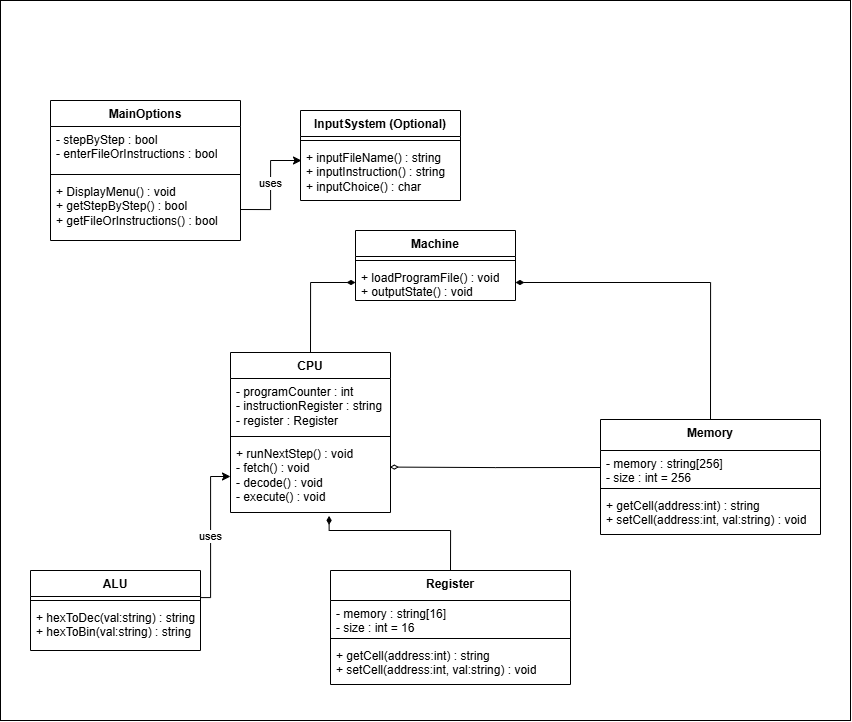
mohamedtarikz/VoleMachineSim keeps this draw.io diagram as VoleMachineUMLClassDiagram.png. Above is the earlier version. Source tidied: cells renumbered, new cells last; positions are measured from the earlier drawing's top-left corner, leaving out a move shared by most shapes.
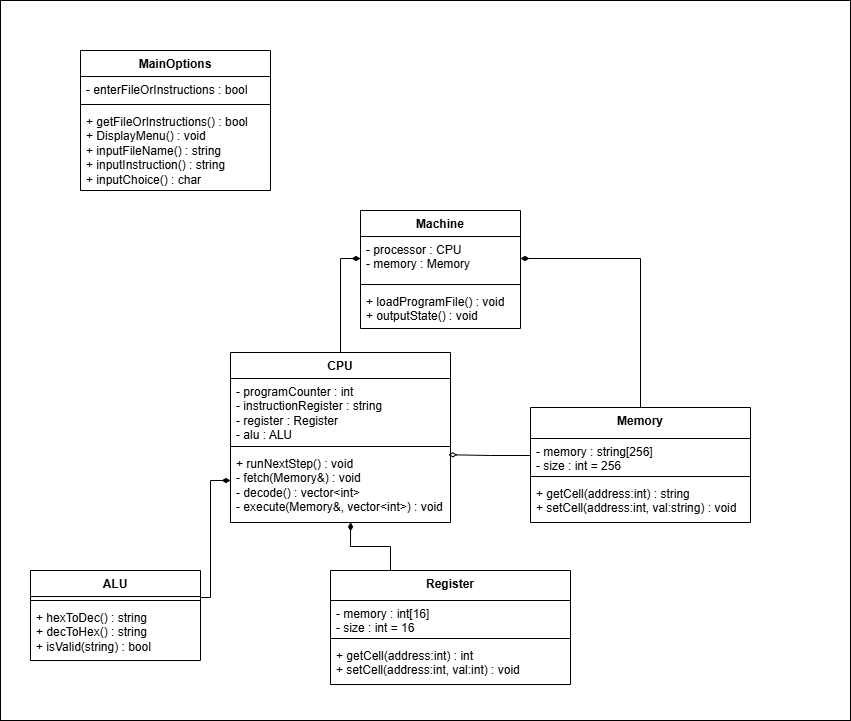
After the commit.

Commit message:
UML Class Design - UPDATE

What changed in the source:
```diff
@@ -5,35 +5,30 @@
     <mxCell id="2" style="whiteSpace=wrap;html=1;" parent="1" vertex="1">
       <mxGeometry width="850" height="720" as="geometry" />
     </mxCell>
-    <mxCell id="3" value="Machine" style="swimlane;fontStyle=1;align=center;verticalAlign=top;horizontal=1;startSize=26;whiteSpace=wrap;html=1;" parent="1" vertex="1">
-      <mxGeometry x="355" y="230" width="160" height="70" as="geometry" />
-    </mxCell>
-    <mxCell id="4" style="line;strokeWidth=1;fillColor=none;align=left;verticalAlign=middle;spacingTop=-1;spacingLeft=3;spacingRight=3;labelPosition=right;strokeColor=inherit;" parent="3" vertex="1">
-      <mxGeometry y="26" width="160" height="8" as="geometry" />
-    </mxCell>
-    <mxCell id="5" value="&lt;div&gt;+ loadProgramFile() : void&lt;/div&gt;&lt;div&gt;+ outputState() : void&lt;/div&gt;" style="text;strokeColor=none;fillColor=none;align=left;verticalAlign=top;spacingLeft=4;spacingRight=4;overflow=hidden;points=[[0,0.5],[1,0.5]];portConstraint=eastwest;whiteSpace=wrap;html=1;" parent="3" vertex="1">
-      <mxGeometry y="34" width="160" height="36" as="geometry" />
-    </mxCell>
     <mxCell id="6" value="CPU" style="swimlane;fontStyle=1;align=center;verticalAlign=top;horizontal=1;startSize=26;whiteSpace=wrap;html=1;" parent="1" vertex="1">
-      <mxGeometry x="230" y="352" width="160" height="160" as="geometry" />
+      <mxGeometry x="230" y="352" width="220" height="170" as="geometry" />
     </mxCell>
-    <mxCell id="7" value="- programCounter : int&lt;div&gt;- instructionRegister : string&lt;br&gt;&lt;div&gt;- register : Register&lt;/div&gt;&lt;/div&gt;" style="text;strokeColor=none;fillColor=none;align=left;verticalAlign=top;spacingLeft=4;spacingRight=4;overflow=hidden;whiteSpace=wrap;html=1;" parent="6" vertex="1">
-      <mxGeometry y="26" width="160" height="54" as="geometry" />
+    <mxCell id="7" value="- programCounter : int&lt;div&gt;- instructionRegister : string&lt;br&gt;&lt;div&gt;- register : Register&lt;/div&gt;&lt;/div&gt;&lt;div&gt;- alu : ALU&lt;/div&gt;" style="text;strokeColor=none;fillColor=none;align=left;verticalAlign=top;spacingLeft=4;spacingRight=4;overflow=hidden;whiteSpace=wrap;html=1;" parent="6" vertex="1">
+      <mxGeometry y="26" width="220" height="64" as="geometry" />
     </mxCell>
     <mxCell id="8" style="line;strokeWidth=1;fillColor=none;align=left;verticalAlign=middle;spacingTop=-1;spacingLeft=3;spacingRight=3;labelPosition=right;strokeColor=inherit;" parent="6" vertex="1">
-      <mxGeometry y="80" width="160" height="8" as="geometry" />
+      <mxGeometry y="90" width="220" height="8" as="geometry" />
     </mxCell>
-    <mxCell id="9" value="+ runNextStep() : void&lt;div&gt;- fetch() : void&lt;/div&gt;&lt;div&gt;- decode() : void&lt;/div&gt;&lt;div&gt;- execute() : void&lt;/div&gt;" style="text;strokeColor=none;fillColor=none;align=left;verticalAlign=top;spacingLeft=4;spacingRight=4;overflow=hidden;points=[[0,0.5],[1,0.5]];portConstraint=eastwest;whiteSpace=wrap;html=1;" parent="6" vertex="1">
-      <mxGeometry y="88" width="160" height="72" as="geometry" />
+    <mxCell id="9" value="+ runNextStep() : void&lt;div&gt;- fetch(Memory&amp;amp;) : void&lt;/div&gt;&lt;div&gt;- decode() : vector&amp;lt;int&amp;gt;&lt;/div&gt;&lt;div&gt;- execute(Memory&amp;amp;, vector&amp;lt;int&amp;gt;) : void&lt;/div&gt;" style="text;strokeColor=none;fillColor=none;align=left;verticalAlign=top;spacingLeft=4;spacingRight=4;overflow=hidden;points=[[0,0.5],[1,0.5]];portConstraint=eastwest;whiteSpace=wrap;html=1;" parent="6" vertex="1">
+      <mxGeometry y="98" width="220" height="72" as="geometry" />
     </mxCell>
-    <mxCell id="10" style="edgeStyle=orthogonalEdgeStyle;rounded=0;jettySize=auto;html=1;exitX=0.5;exitY=0;exitDx=0;exitDy=0;entryX=0;entryY=0.5;entryDx=0;entryDy=0;endArrow=diamondThin;endFill=1;" parent="1" edge="1" source="6" target="5">
+    <mxCell id="10" style="edgeStyle=orthogonalEdgeStyle;rounded=0;jettySize=auto;html=1;exitX=0.5;exitY=0;exitDx=0;exitDy=0;entryX=0;entryY=0.5;entryDx=0;entryDy=0;endArrow=diamondThin;endFill=1;" parent="1" edge="1" source="6" target="34">
       <mxGeometry relative="1" as="geometry" />
     </mxCell>
-    <mxCell id="11" style="edgeStyle=orthogonalEdgeStyle;rounded=0;jettySize=auto;html=1;exitX=0.5;exitY=0;exitDx=0;exitDy=0;entryX=1;entryY=0.5;entryDx=0;entryDy=0;endArrow=diamondThin;endFill=1;" parent="1" edge="1" source="12" target="5">
-      <mxGeometry relative="1" as="geometry" />
+    <mxCell id="11" style="edgeStyle=orthogonalEdgeStyle;rounded=0;jettySize=auto;html=1;exitX=0.5;exitY=0;exitDx=0;exitDy=0;endArrow=diamondThin;endFill=1;entryX=1;entryY=0.5;entryDx=0;entryDy=0;" parent="1" edge="1" source="12" target="34">
+      <mxGeometry relative="1" as="geometry">
+        <Array as="points">
+          <mxPoint x="640" y="258" />
+        </Array>
+      </mxGeometry>
     </mxCell>
     <mxCell id="12" value="Memory" style="swimlane;fontStyle=1;align=center;verticalAlign=top;horizontal=1;startSize=31;whiteSpace=wrap;html=1;" parent="1" vertex="1">
-      <mxGeometry x="600" y="419" width="220" height="115" as="geometry" />
+      <mxGeometry x="530" y="407" width="220" height="115" as="geometry" />
     </mxCell>
     <mxCell id="13" value="- memory : string[256]&lt;div&gt;- size : int = 256&lt;/div&gt;" style="text;strokeColor=none;fillColor=none;align=left;verticalAlign=top;spacingLeft=4;spacingRight=4;overflow=hidden;points=[[0,0.5],[1,0.5]];portConstraint=eastwest;whiteSpace=wrap;html=1;" parent="12" vertex="1">
       <mxGeometry y="31" width="220" height="34" as="geometry" />
@@ -47,71 +42,64 @@
     <mxCell id="16" value="Register" style="swimlane;fontStyle=1;align=center;verticalAlign=top;horizontal=1;startSize=30;whiteSpace=wrap;html=1;" parent="1" vertex="1">
       <mxGeometry x="330" y="570" width="240" height="114" as="geometry" />
     </mxCell>
-    <mxCell id="17" value="- memory : string[16]&lt;div&gt;- size : int = 16&lt;/div&gt;" style="text;strokeColor=none;fillColor=none;align=left;verticalAlign=top;spacingLeft=4;spacingRight=4;overflow=hidden;whiteSpace=wrap;html=1;" parent="16" vertex="1">
+    <mxCell id="17" value="- memory : int[16]&lt;div&gt;- size : int = 16&lt;/div&gt;" style="text;strokeColor=none;fillColor=none;align=left;verticalAlign=top;spacingLeft=4;spacingRight=4;overflow=hidden;whiteSpace=wrap;html=1;" parent="16" vertex="1">
       <mxGeometry y="30" width="240" height="34" as="geometry" />
     </mxCell>
     <mxCell id="18" style="line;strokeWidth=1;fillColor=none;align=left;verticalAlign=middle;spacingTop=-1;spacingLeft=3;spacingRight=3;labelPosition=right;strokeColor=inherit;" parent="16" vertex="1">
       <mxGeometry y="64" width="240" height="8" as="geometry" />
     </mxCell>
-    <mxCell id="19" value="+ getCell(address:int) : string&lt;div&gt;+ setCell(address:int, val:string) : void&lt;/div&gt;" style="text;strokeColor=none;fillColor=none;align=left;verticalAlign=top;spacingLeft=4;spacingRight=4;overflow=hidden;whiteSpace=wrap;html=1;" parent="16" vertex="1">
+    <mxCell id="19" value="+ getCell(address:int) : int&lt;div&gt;+ setCell(address:int, val:int) : void&lt;/div&gt;" style="text;strokeColor=none;fillColor=none;align=left;verticalAlign=top;spacingLeft=4;spacingRight=4;overflow=hidden;whiteSpace=wrap;html=1;" parent="16" vertex="1">
       <mxGeometry y="72" width="240" height="42" as="geometry" />
     </mxCell>
-    <mxCell id="20" style="edgeStyle=orthogonalEdgeStyle;rounded=0;jettySize=auto;html=1;exitX=0.5;exitY=0;exitDx=0;exitDy=0;entryX=0.616;entryY=1.047;entryDx=0;entryDy=0;entryPerimeter=0;endArrow=diamondThin;endFill=1;" parent="1" edge="1" source="16" target="9">
-      <mxGeometry relative="1" as="geometry">
-        <Array as="points">
-          <mxPoint x="450" y="530" />
-          <mxPoint x="329" y="530" />
-        </Array>
-      </mxGeometry>
-    </mxCell>
-    <mxCell id="21" style="edgeStyle=orthogonalEdgeStyle;rounded=0;jettySize=auto;html=1;exitX=0;exitY=0.5;exitDx=0;exitDy=0;entryX=0.996;entryY=0.369;entryDx=0;entryDy=0;entryPerimeter=0;endArrow=diamondThin;endFill=0;" parent="1" edge="1" source="13" target="9">
-      <mxGeometry relative="1" as="geometry" />
-    </mxCell>
-    <mxCell id="22" value="uses" style="edgeStyle=orthogonalEdgeStyle;rounded=0;jettySize=auto;html=1;exitX=1;exitY=0.25;exitDx=0;exitDy=0;entryX=0;entryY=0.5;entryDx=0;entryDy=0;curved=0;endArrow=classic;endFill=1;" parent="1" edge="1" source="23" target="9">
+    <mxCell id="22" style="edgeStyle=orthogonalEdgeStyle;rounded=0;orthogonalLoop=1;jettySize=auto;html=1;exitX=1;exitY=0.25;exitDx=0;exitDy=0;curved=0;endArrow=diamondThin;endFill=1;" parent="1" edge="1">
       <mxGeometry relative="1" as="geometry">
+        <mxPoint x="200" y="592.5" as="sourcePoint" />
+        <mxPoint x="230" y="480" as="targetPoint" />
         <Array as="points">
+          <mxPoint x="200" y="597" />
           <mxPoint x="210" y="597" />
-          <mxPoint x="210" y="476" />
+          <mxPoint x="210" y="480" />
         </Array>
       </mxGeometry>
     </mxCell>
     <mxCell id="23" value="ALU" style="swimlane;fontStyle=1;align=center;verticalAlign=top;horizontal=1;startSize=26;whiteSpace=wrap;html=1;" parent="1" vertex="1">
-      <mxGeometry x="30" y="570" width="170" height="80" as="geometry" />
+      <mxGeometry x="30" y="570" width="170" height="90" as="geometry" />
     </mxCell>
     <mxCell id="24" style="line;strokeWidth=1;fillColor=none;align=left;verticalAlign=middle;spacingTop=-1;spacingLeft=3;spacingRight=3;labelPosition=right;strokeColor=inherit;" parent="23" vertex="1">
       <mxGeometry y="26" width="170" height="8" as="geometry" />
     </mxCell>
-    <mxCell id="25" value="+ hexToDec(val:string) : string&lt;div&gt;+ hexToBin(val:string) : string&lt;/div&gt;" style="text;strokeColor=none;fillColor=none;align=left;verticalAlign=top;spacingLeft=4;spacingRight=4;overflow=hidden;whiteSpace=wrap;html=1;" parent="23" vertex="1">
-      <mxGeometry y="34" width="170" height="46" as="geometry" />
+    <mxCell id="25" value="+ hexToDec() : string&lt;div&gt;+ decToHex() : string&lt;/div&gt;&lt;div&gt;+ isValid(string) : bool&lt;/div&gt;" style="text;strokeColor=none;fillColor=none;align=left;verticalAlign=top;spacingLeft=4;spacingRight=4;overflow=hidden;whiteSpace=wrap;html=1;" parent="23" vertex="1">
+      <mxGeometry y="34" width="170" height="56" as="geometry" />
     </mxCell>
     <mxCell id="26" value="MainOptions" style="swimlane;fontStyle=1;align=center;verticalAlign=top;horizontal=1;startSize=26;whiteSpace=wrap;html=1;" parent="1" vertex="1">
-      <mxGeometry x="50" y="100" width="190" height="140" as="geometry" />
+      <mxGeometry x="80" y="50" width="190" height="140" as="geometry" />
     </mxCell>
-    <mxCell id="27" value="- stepByStep : bool&lt;div&gt;- enterFileOrInstructions : bool&lt;/div&gt;" style="text;strokeColor=none;fillColor=none;align=left;verticalAlign=top;spacingLeft=4;spacingRight=4;overflow=hidden;whiteSpace=wrap;html=1;" parent="26" vertex="1">
-      <mxGeometry y="26" width="190" height="44" as="geometry" />
+    <mxCell id="27" value="&lt;div&gt;- enterFileOrInstructions : bool&lt;/div&gt;" style="text;strokeColor=none;fillColor=none;align=left;verticalAlign=top;spacingLeft=4;spacingRight=4;overflow=hidden;whiteSpace=wrap;html=1;" parent="26" vertex="1">
+      <mxGeometry y="26" width="190" height="24" as="geometry" />
     </mxCell>
     <mxCell id="28" style="line;strokeWidth=1;fillColor=none;align=left;verticalAlign=middle;spacingTop=-1;spacingLeft=3;spacingRight=3;labelPosition=right;strokeColor=inherit;" parent="26" vertex="1">
-      <mxGeometry y="70" width="190" height="8" as="geometry" />
+      <mxGeometry y="50" width="190" height="8" as="geometry" />
     </mxCell>
-    <mxCell id="29" value="+ DisplayMenu() : void&lt;div&gt;+ getStepByStep() : bool&lt;/div&gt;&lt;div&gt;+ getFileOrInstructions() : bool&lt;/div&gt;" style="text;strokeColor=none;fillColor=none;align=left;verticalAlign=top;spacingLeft=4;spacingRight=4;overflow=hidden;points=[[0,0.5],[1,0.5]];portConstraint=eastwest;whiteSpace=wrap;html=1;" parent="26" vertex="1">
-      <mxGeometry y="78" width="190" height="62" as="geometry" />
+    <mxCell id="29" value="&lt;div&gt;&lt;span style=&quot;background-color: initial;&quot;&gt;+ getFileOrInstructions() : bool&lt;/span&gt;&lt;/div&gt;+ DisplayMenu() : void&lt;div&gt;+ inputFileName() : string&lt;div&gt;+ inputInstruction() : string&lt;/div&gt;&lt;div&gt;+ inputChoice() : char&lt;/div&gt;&lt;/div&gt;" style="text;strokeColor=none;fillColor=none;align=left;verticalAlign=top;spacingLeft=4;spacingRight=4;overflow=hidden;points=[[0,0.5],[1,0.5]];portConstraint=eastwest;whiteSpace=wrap;html=1;" parent="26" vertex="1">
+      <mxGeometry y="58" width="190" height="82" as="geometry" />
     </mxCell>
-    <mxCell id="30" value="InputSystem (Optional)" style="swimlane;fontStyle=1;align=center;verticalAlign=top;horizontal=1;startSize=26;whiteSpace=wrap;html=1;" parent="1" vertex="1">
-      <mxGeometry x="300" y="110" width="160" height="90" as="geometry" />
-    </mxCell>
-    <mxCell id="31" style="line;strokeWidth=1;fillColor=none;align=left;verticalAlign=middle;spacingTop=-1;spacingLeft=3;spacingRight=3;labelPosition=right;strokeColor=inherit;" parent="30" vertex="1">
-      <mxGeometry y="26" width="160" height="8" as="geometry" />
-    </mxCell>
-    <mxCell id="32" value="+ inputFileName() : string&lt;div&gt;+ inputInstruction() : string&lt;/div&gt;&lt;div&gt;+ inputChoice() : char&lt;/div&gt;" style="text;strokeColor=none;fillColor=none;align=left;verticalAlign=top;spacingLeft=4;spacingRight=4;overflow=hidden;points=[[0,0.5],[1,0.5]];portConstraint=eastwest;whiteSpace=wrap;html=1;" parent="30" vertex="1">
-      <mxGeometry y="34" width="160" height="56" as="geometry" />
-    </mxCell>
-    <mxCell id="33" value="uses" style="edgeStyle=orthogonalEdgeStyle;rounded=0;jettySize=auto;html=1;exitX=1;exitY=0.5;exitDx=0;exitDy=0;entryX=0.006;entryY=0.268;entryDx=0;entryDy=0;curved=0;endArrow=classic;endFill=1;entryPerimeter=0;" parent="1" edge="1" source="29" target="32">
-      <mxGeometry relative="1" as="geometry">
-        <Array as="points">
-          <mxPoint x="270" y="209" />
-          <mxPoint x="270" y="160" />
-        </Array>
-      </mxGeometry>
-    </mxCell>
+    <mxCell id="3" value="Machine" style="swimlane;fontStyle=1;align=center;verticalAlign=top;horizontal=1;startSize=26;whiteSpace=wrap;html=1;" parent="1" vertex="1">
+      <mxGeometry x="360" y="210" width="160" height="118" as="geometry" />
+    </mxCell>
+    <mxCell id="34" value="- processor : CPU&lt;div&gt;- memory : Memory&lt;/div&gt;" style="text;strokeColor=none;fillColor=none;align=left;verticalAlign=top;spacingLeft=4;spacingRight=4;overflow=hidden;points=[[0,0.5],[1,0.5]];portConstraint=eastwest;whiteSpace=wrap;html=1;" parent="3" vertex="1">
+      <mxGeometry y="26" width="160" height="44" as="geometry" />
+    </mxCell>
+    <mxCell id="35" style="line;strokeWidth=1;fillColor=none;align=left;verticalAlign=middle;spacingTop=-1;spacingLeft=3;spacingRight=3;labelPosition=right;strokeColor=inherit;" parent="3" vertex="1">
+      <mxGeometry y="70" width="160" height="8" as="geometry" />
+    </mxCell>
+    <mxCell id="5" value="&lt;div&gt;+ loadProgramFile() : void&lt;/div&gt;&lt;div&gt;+ outputState() : void&lt;/div&gt;" style="text;strokeColor=none;fillColor=none;align=left;verticalAlign=top;spacingLeft=4;spacingRight=4;overflow=hidden;points=[[0,0.5],[1,0.5]];portConstraint=eastwest;whiteSpace=wrap;html=1;" parent="3" vertex="1">
+      <mxGeometry y="78" width="160" height="40" as="geometry" />
+    </mxCell>
+    <mxCell id="21" style="edgeStyle=orthogonalEdgeStyle;rounded=0;jettySize=auto;html=1;exitX=0;exitY=0.5;exitDx=0;exitDy=0;entryX=0.99;entryY=0.059;entryDx=0;entryDy=0;entryPerimeter=0;endArrow=diamondThin;endFill=0;" parent="1" edge="1" source="13" target="9">
+      <mxGeometry relative="1" as="geometry" />
+    </mxCell>
+    <mxCell id="20" style="edgeStyle=orthogonalEdgeStyle;rounded=0;jettySize=auto;html=1;exitX=0.25;exitY=0;exitDx=0;exitDy=0;entryX=0.546;entryY=0.997;entryDx=0;entryDy=0;entryPerimeter=0;endArrow=diamondThin;endFill=1;" parent="1" edge="1" source="16" target="9">
+      <mxGeometry relative="1" as="geometry" />
+    </mxCell>
   </root>
 </mxGraphModel>
```
